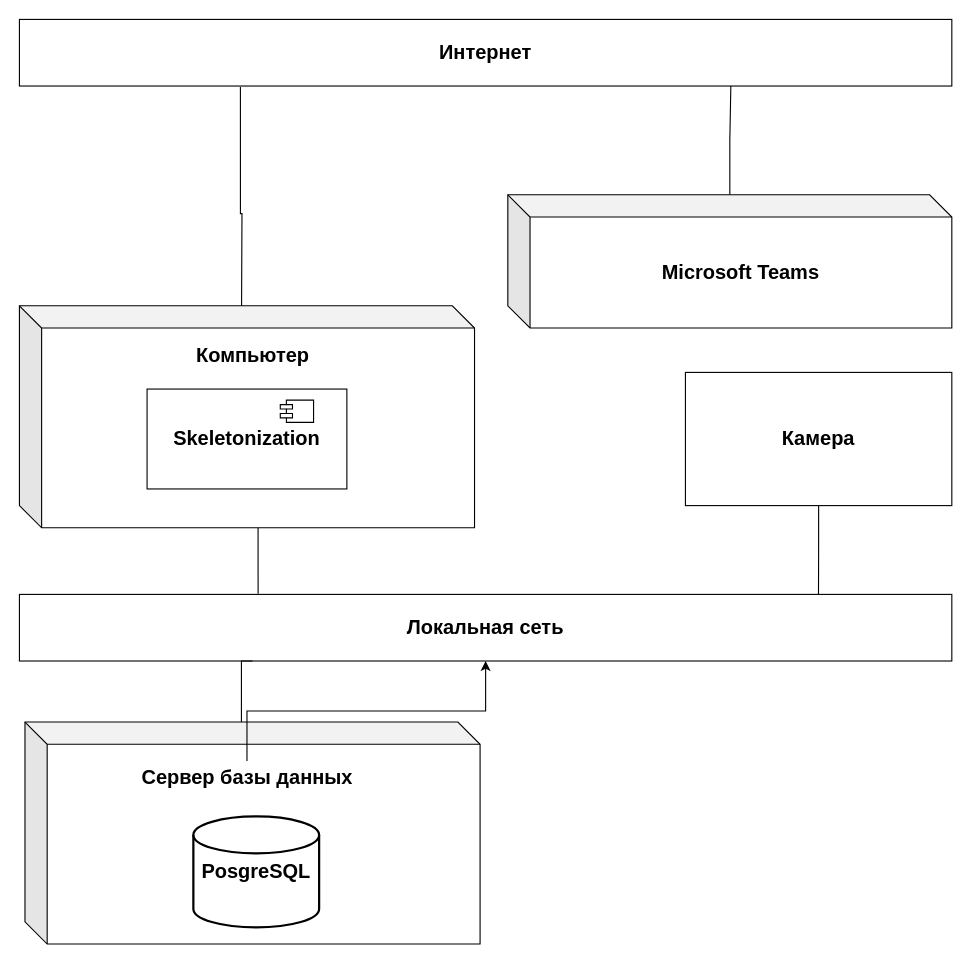
GoldGreen/Skeletonization keeps this draw.io diagram as page "Locaton" (7 of 8) of Engineering/Main-diagrams.drawio. Above is the earlier version. Source tidied: cells renumbered, new cells numbered last; positions are measured from the earlier drawing's top-left corner, leaving out a move shared by most shapes. Both pictures are drawn from the tidied source at 111%, with x=0, y=0 at pixel (19, 19).
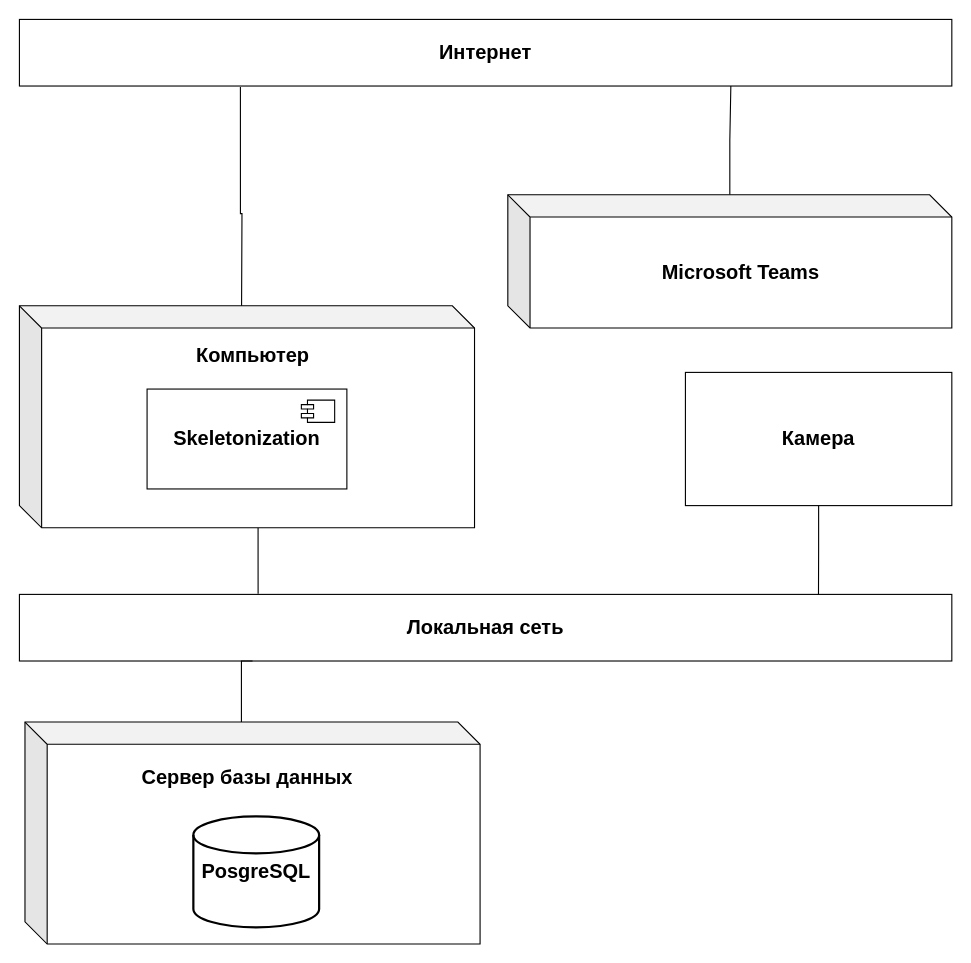
The same diagram, later.

Unchanged cells that the change refers to:
```xml
<mxCell id="6" value="Локальная сеть" style="rounded=0;whiteSpace=wrap;html=1;fontSize=18;fontStyle=1;" parent="1" vertex="1">
  <mxGeometry y="518" width="840" height="60" as="geometry" />
</mxCell>
<mxCell id="17" value="Сервер базы данных" style="text;html=1;align=center;verticalAlign=middle;points=[];strokeColor=none;fillColor=none;fontSize=18;fontStyle=1;" parent="1" vertex="1">
  <mxGeometry x="100" y="668" width="210" height="30" as="geometry" />
</mxCell>
```

Diff of the diagram source:
```diff
@@
     <mxCell id="9" style="shape=module;align=left;spacingLeft=20;align=center;verticalAlign=top;jettyWidth=11;jettyHeight=4;fontSize=18;fontStyle=1;" parent="1" vertex="1">
-      <mxGeometry x="235" y="343" width="30" height="20" as="geometry" />
+      <mxGeometry x="254" y="343" width="30" height="20" as="geometry" />
     </mxCell>
@@
-    <mxCell id="16" style="edgeStyle=orthogonalEdgeStyle;rounded=0;jettySize=auto;html=1;" parent="1" edge="1" source="17" target="6">
-      <mxGeometry relative="1" as="geometry" />
-    </mxCell>
```
